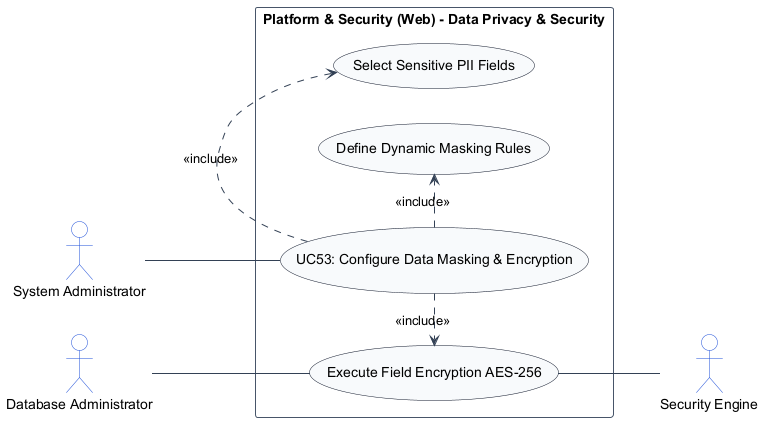
TamBui1706/HRPlatform keeps this PlantUML diagram as usecase_images/UC53.png. Above is the earlier version.
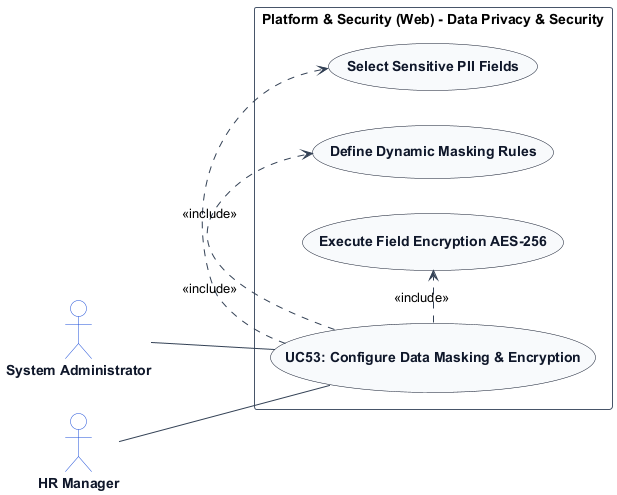
After the commit.

Diff of the diagram source:
```diff
@@ -7,14 +7,19 @@
 skinparam ArrowColor #334155
 skinparam ActorBorderColor #1d4ed8
 skinparam ActorBackgroundColor #ffffff
+skinparam ActorFontColor #0f172a
+skinparam ActorFontStyle bold
+
 skinparam UsecaseBorderColor #0f172a
 skinparam UsecaseBackgroundColor #f8fafc
+skinparam UsecaseFontColor #0f172a
+skinparam UsecaseFontStyle bold
+
 skinparam RectangleBorderColor #475569
 skinparam RectangleBackgroundColor #ffffff
 
 actor "System Administrator" as SystemAdministrator
-actor "Database Administrator" as DatabaseAdministrator
-actor "Security Engine" as SecurityEngine
+actor "HR Manager" as HRManager
 
 rectangle "Platform & Security (Web) - Data Privacy & Security" {
     usecase "UC53: Configure Data Masking & Encryption" as UC_Main
@@ -23,10 +28,9 @@
     usecase "Execute Field Encryption AES-256" as UC_EncryptDB
 
     SystemAdministrator -- UC_Main
-    DatabaseAdministrator -- UC_EncryptDB
+    HRManager -- UC_Main
     UC_Main .> UC_SelectPII : <<include>>
     UC_Main .> UC_MaskRule : <<include>>
     UC_Main .> UC_EncryptDB : <<include>>
-    UC_EncryptDB -- SecurityEngine
 }
 @enduml
```
